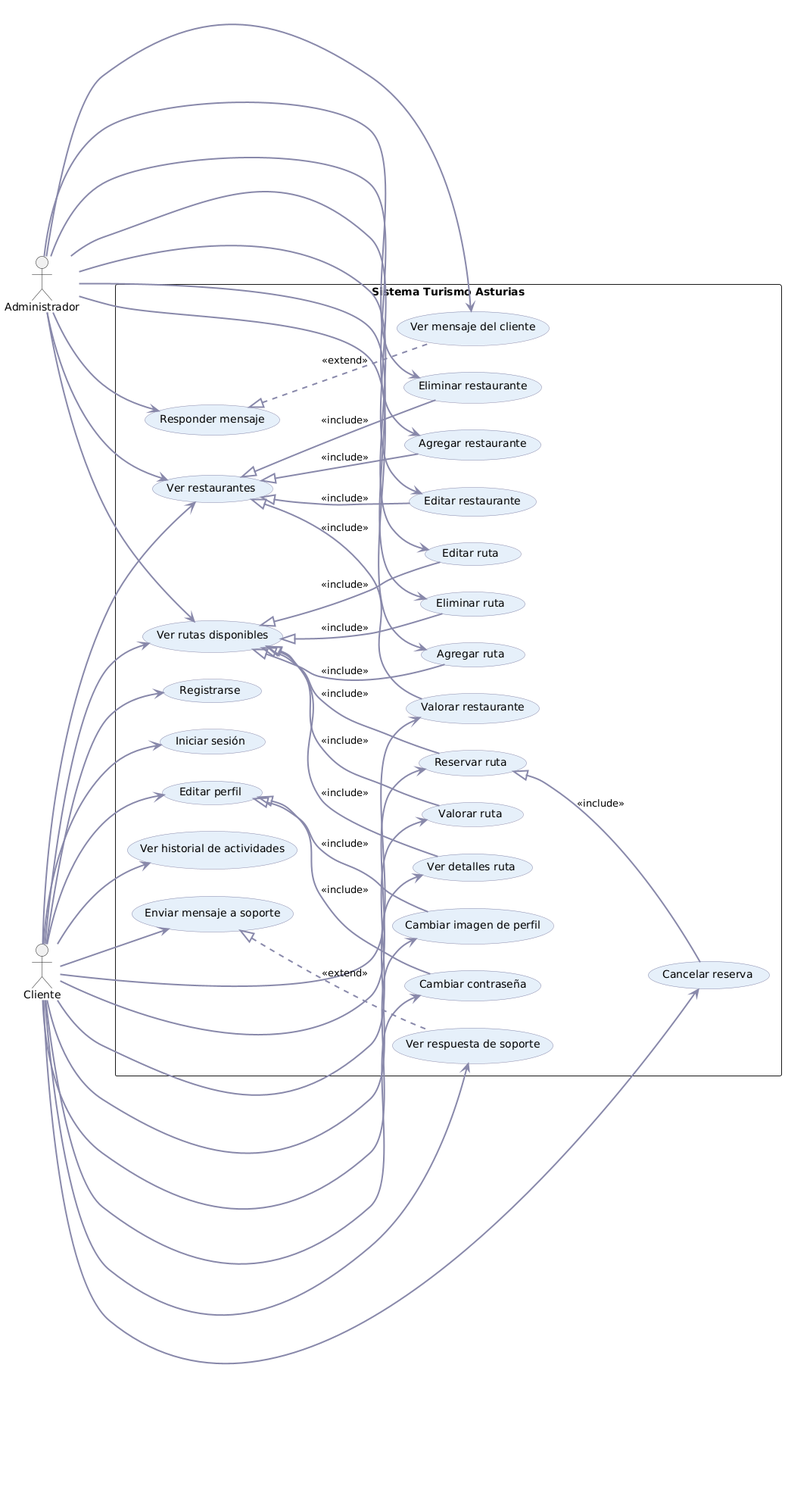
The PlantUML diagram assets/diagramaCasosDeUso.png in Pablirry/AsturTerra, before a commit.
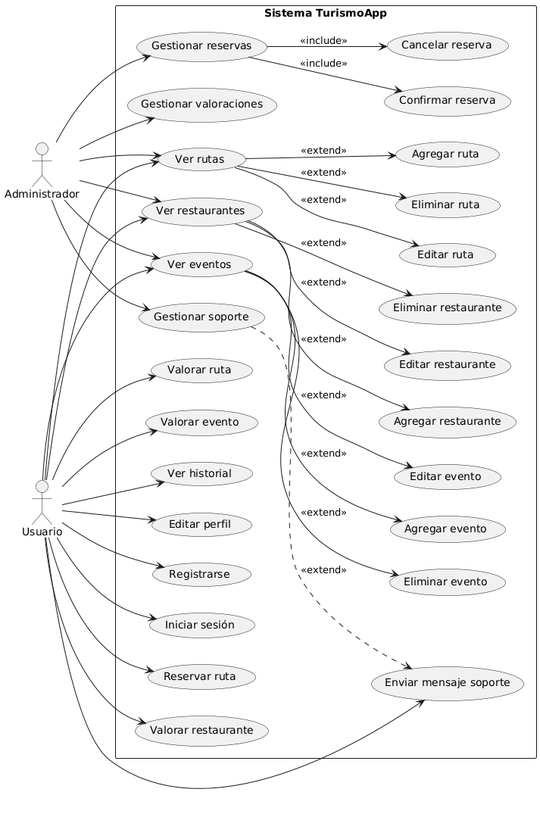
After the commit.

Commit message:
actualizado diagrama casos de uso

What changed in the source:
```diff
@@ -1,87 +1,78 @@
 @startuml
 left to right direction
-skinparam usecase {
-    BackgroundColor #E6F0FA
-    BorderColor #8888AA
-    ArrowColor #8888AA
-    ArrowThickness 2
-    ActorBorderColor #333366
-    ActorFontColor #333366
-    ActorBackgroundColor #E0E0FF
-    UsecaseBorderColor #8888AA
-    UsecaseBackgroundColor #E6F0FA
-    UsecaseFontColor #222244
-}
 
 actor Administrador as A
-actor Cliente as C
+rectangle "Sistema TurismoApp" {
 
-rectangle "Sistema Turismo Asturias" {
-    usecase UC_Registrarse as "Registrarse"
-    usecase UC_Login as "Iniciar sesión"
-    usecase UC_EditarPerfil as "Editar perfil"
-    usecase UC_CambiarPass as "Cambiar contraseña"
-    usecase UC_CambiarImg as "Cambiar imagen de perfil"
-    usecase UC_Historial as "Ver historial de actividades"
-    usecase UC_VerRutas as "Ver rutas disponibles"
-    usecase UC_ReservarRuta as "Reservar ruta"
-    usecase UC_CancelarReserva as "Cancelar reserva"
-    usecase UC_ValorarRuta as "Valorar ruta"
-    usecase UC_DetallesRuta as "Ver detalles ruta"
-    usecase UC_EditarRuta as "Editar ruta"
-    usecase UC_AgregarRuta as "Agregar ruta"
-    usecase UC_EliminarRuta as "Eliminar ruta"
-    usecase UC_MensajeSoporte as "Enviar mensaje a soporte"
-    usecase UC_VerRespuestaSoporte as "Ver respuesta de soporte"
-    usecase UC_ResponderMensaje as "Responder mensaje"
-    usecase UC_VerMensajeCliente as "Ver mensaje del cliente"
-    usecase UC_VerRestaurantes as "Ver restaurantes"
-    usecase UC_ValorarRestaurante as "Valorar restaurante"
-    usecase UC_EditarRestaurante as "Editar restaurante"
-    usecase UC_AgregarRestaurante as "Agregar restaurante"
-    usecase UC_EliminarRestaurante as "Eliminar restaurante"
+  (Registrarse) as UC1
+  (Iniciar sesión) as UC2
+
+  (Ver rutas) as UC3
+  (Agregar ruta) as UC3A
+  (Editar ruta) as UC3B
+  (Eliminar ruta) as UC3C
+
+  (Ver restaurantes) as UC4
+  (Agregar restaurante) as UC4A
+  (Editar restaurante) as UC4B
+  (Eliminar restaurante) as UC4C
+
+  (Ver eventos) as UC5
+  (Agregar evento) as UC5A
+  (Editar evento) as UC5B
+  (Eliminar evento) as UC5C
+
+  (Reservar ruta) as UC6
+  (Valorar restaurante) as UC7
+  (Valorar ruta) as UC8
+  (Valorar evento) as UC9
+  (Enviar mensaje soporte) as UC10
+  (Ver historial) as UC11
+  (Editar perfil) as UC12
+
+  (Gestionar reservas) as UC16
+  (Confirmar reserva) as UC19
+  (Cancelar reserva) as UC20
+
+  (Gestionar valoraciones) as UC17
+  (Gestionar soporte) as UC18
 }
+actor Usuario as U
 
-C --> UC_Registrarse
-C --> UC_Login
-C --> UC_EditarPerfil
-C --> UC_CambiarPass
-C --> UC_CambiarImg
-C --> UC_Historial
-C --> UC_VerRutas
-C --> UC_ReservarRuta
-C --> UC_CancelarReserva
-C --> UC_ValorarRuta
-C --> UC_DetallesRuta
-C --> UC_MensajeSoporte
-C --> UC_VerRespuestaSoporte
-C --> UC_VerRestaurantes
-C --> UC_ValorarRestaurante
+U --> UC1
+U --> UC2
+U --> UC3
+U --> UC4
+U --> UC5
+U --> UC6
+U --> UC7
+U --> UC8
+U --> UC9
+U --> UC10
+U --> UC11
+U --> UC12
 
-A --> UC_VerRutas
-A --> UC_EditarRuta
-A --> UC_AgregarRuta
-A --> UC_EliminarRuta
-A --> UC_VerRestaurantes
-A --> UC_EditarRestaurante
-A --> UC_AgregarRestaurante
-A --> UC_EliminarRestaurante
-A --> UC_ResponderMensaje
-A --> UC_VerMensajeCliente
+A --> UC3
+A --> UC4
+A --> UC5
+A --> UC16
+A --> UC17
+A --> UC18
 
-UC_EditarPerfil <|-- UC_CambiarPass : <<include>>
-UC_EditarPerfil <|-- UC_CambiarImg : <<include>>
-UC_VerRutas <|-- UC_DetallesRuta : <<include>>
-UC_VerRutas <|-- UC_ValorarRuta : <<include>>
-UC_VerRutas <|-- UC_ReservarRuta : <<include>>
-UC_ReservarRuta <|-- UC_CancelarReserva : <<include>>
-UC_VerRutas <|-- UC_EditarRuta : <<include>>
-UC_VerRutas <|-- UC_AgregarRuta : <<include>>
-UC_VerRutas <|-- UC_EliminarRuta : <<include>>
-UC_VerRestaurantes <|-- UC_ValorarRestaurante : <<include>>
-UC_VerRestaurantes <|-- UC_EditarRestaurante : <<include>>
-UC_VerRestaurantes <|-- UC_AgregarRestaurante : <<include>>
-UC_VerRestaurantes <|-- UC_EliminarRestaurante : <<include>>
-UC_MensajeSoporte <|.. UC_VerRespuestaSoporte : <<extend>>
-UC_ResponderMensaje <|.. UC_VerMensajeCliente : <<extend>>
+UC3 --> UC3A : <<extend>>
+UC3 --> UC3B : <<extend>>
+UC3 --> UC3C : <<extend>>
+
+UC4 --> UC4A : <<extend>>
+UC4 --> UC4B : <<extend>>
+UC4 --> UC4C : <<extend>>
+
+UC5 --> UC5A : <<extend>>
+UC5 --> UC5B : <<extend>>
+UC5 --> UC5C : <<extend>>
+
+UC16 --> UC19 : <<include>>
+UC16 --> UC20 : <<include>>
+
+UC18 ..> UC10 : <<extend>>
 @enduml
```
